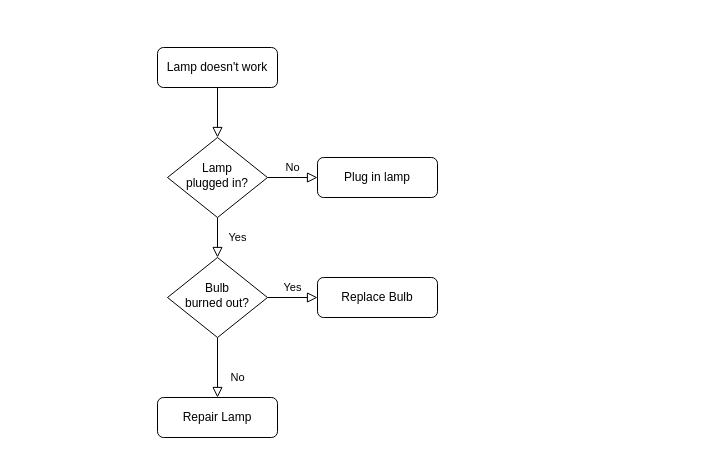
This is Untitled Diagram.drawio from rodhfr/Anacula, a draw.io file, before an edit. Source tidied: cells renumbered, new cells numbered last; positions are measured from the earlier drawing's top-left corner, leaving out a move shared by most shapes. Both pictures are drawn from the tidied source at 100%, with x=0, y=0 at pixel (157, 47).
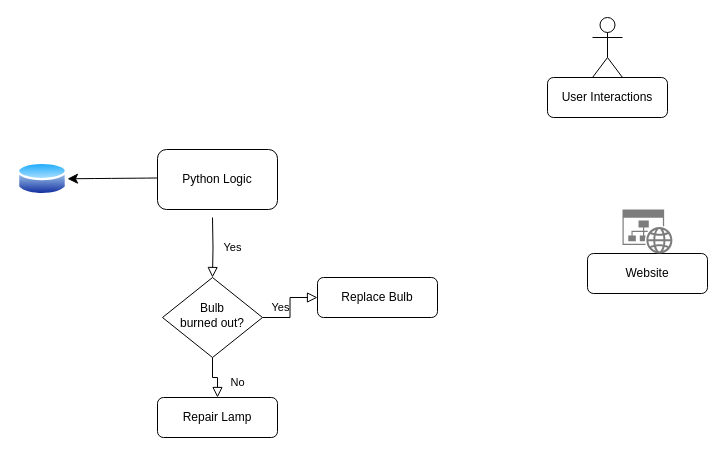
After the change.

Change to the diagram source:
```diff
@@
 <mxGraphModel>
   <root>
     <mxCell id="0" />
     <mxCell id="1" parent="0" />
-    <mxCell id="2" style="rounded=0;html=1;jettySize=auto;fontSize=11;endArrow=block;endFill=0;endSize=8;strokeWidth=1;shadow=0;labelBackgroundColor=none;edgeStyle=orthogonalEdgeStyle;" parent="1" edge="1" source="3" target="6">
-      <mxGeometry relative="1" as="geometry" />
-    </mxCell>
-    <mxCell id="3" value="Lamp doesn't work" style="rounded=1;whiteSpace=wrap;html=1;fontSize=12;glass=0;strokeWidth=1;shadow=0;" parent="1" vertex="1">
-      <mxGeometry width="120" height="40" as="geometry" />
-    </mxCell>
-    <mxCell id="4" value="Yes" style="rounded=0;html=1;jettySize=auto;fontSize=11;endArrow=block;endFill=0;endSize=8;strokeWidth=1;shadow=0;labelBackgroundColor=none;edgeStyle=orthogonalEdgeStyle;" parent="1" edge="1" source="6" target="10">
-      <mxGeometry y="20" relative="1" as="geometry" />
+    <mxCell id="4" value="Yes" style="rounded=0;html=1;jettySize=auto;fontSize=11;endArrow=block;endFill=0;endSize=8;strokeWidth=1;shadow=0;labelBackgroundColor=none;edgeStyle=orthogonalEdgeStyle;" parent="1" edge="1" target="10">
+      <mxGeometry y="20" relative="1" as="geometry">
+        <mxPoint x="55" y="170" as="sourcePoint" />
+      </mxGeometry>
     </mxCell>
-    <mxCell id="5" value="No" style="edgeStyle=orthogonalEdgeStyle;rounded=0;html=1;jettySize=auto;fontSize=11;endArrow=block;endFill=0;endSize=8;strokeWidth=1;shadow=0;labelBackgroundColor=none;" parent="1" edge="1" source="6" target="7">
-      <mxGeometry y="10" relative="1" as="geometry" />
-    </mxCell>
-    <mxCell id="6" value="Lamp&lt;br&gt;plugged in?" style="rhombus;whiteSpace=wrap;html=1;shadow=0;fontFamily=Helvetica;fontSize=12;align=center;strokeWidth=1;spacing=6;spacingTop=-4;" parent="1" vertex="1">
-      <mxGeometry x="10" y="90" width="100" height="80" as="geometry" />
-    </mxCell>
-    <mxCell id="7" value="Plug in lamp" style="rounded=1;whiteSpace=wrap;html=1;fontSize=12;glass=0;strokeWidth=1;shadow=0;" parent="1" vertex="1">
-      <mxGeometry x="160" y="110" width="120" height="40" as="geometry" />
-    </mxCell>
+    <mxCell id="13" style="edgeStyle=none;curved=1;rounded=0;jettySize=auto;html=1;fontSize=12;startSize=8;endSize=8;" parent="1" edge="1" target="14">
+      <mxGeometry relative="1" as="geometry">
+        <mxPoint x="0.7" y="130.5" as="sourcePoint" />
+      </mxGeometry>
+    </mxCell>
     <mxCell id="8" value="No" style="rounded=0;html=1;jettySize=auto;fontSize=11;endArrow=block;endFill=0;endSize=8;strokeWidth=1;shadow=0;labelBackgroundColor=none;edgeStyle=orthogonalEdgeStyle;" parent="1" edge="1" source="10" target="11">
       <mxGeometry x="0.33" y="20" relative="1" as="geometry" />
     </mxCell>
     <mxCell id="9" value="Yes" style="edgeStyle=orthogonalEdgeStyle;rounded=0;html=1;jettySize=auto;fontSize=11;endArrow=block;endFill=0;endSize=8;strokeWidth=1;shadow=0;labelBackgroundColor=none;" parent="1" edge="1" source="10" target="12">
       <mxGeometry y="10" relative="1" as="geometry" />
     </mxCell>
     <mxCell id="10" value="Bulb&lt;br&gt;burned out?" style="rhombus;whiteSpace=wrap;html=1;shadow=0;fontFamily=Helvetica;fontSize=12;align=center;strokeWidth=1;spacing=6;spacingTop=-4;" parent="1" vertex="1">
-      <mxGeometry x="10" y="210" width="100" height="80" as="geometry" />
+      <mxGeometry x="5" y="230" width="100" height="80" as="geometry" />
     </mxCell>
     <mxCell id="11" value="Repair Lamp" style="rounded=1;whiteSpace=wrap;html=1;fontSize=12;glass=0;strokeWidth=1;shadow=0;" parent="1" vertex="1">
       <mxGeometry y="350" width="120" height="40" as="geometry" />
     </mxCell>
     <mxCell id="12" value="Replace Bulb" style="rounded=1;whiteSpace=wrap;html=1;fontSize=12;glass=0;strokeWidth=1;shadow=0;" parent="1" vertex="1">
       <mxGeometry x="160" y="230" width="120" height="40" as="geometry" />
     </mxCell>
+    <mxCell id="14" style="image;perimeter=ellipsePerimeter;html=1;align=center;shadow=0;dashed=0;spacingTop=3;image=img/lib/active_directory/database.svg;" parent="1" vertex="1">
+      <mxGeometry x="-140" y="113" width="50" height="37" as="geometry" />
+    </mxCell>
+    <mxCell id="15" value="Python Logic" style="rounded=1;whiteSpace=wrap;html=1;" parent="1" vertex="1">
+      <mxGeometry y="102" width="120" height="60" as="geometry" />
+    </mxCell>
+    <mxCell id="16" style="group;" parent="1" vertex="1">
+      <mxGeometry x="390" y="-30" width="120" height="100" as="geometry" />
+    </mxCell>
+    <mxCell id="3" value="User Interactions" style="rounded=1;whiteSpace=wrap;html=1;fontSize=12;glass=0;strokeWidth=1;shadow=0;" parent="16" vertex="1">
+      <mxGeometry y="60" width="120" height="40" as="geometry" />
+    </mxCell>
+    <mxCell id="17" style="shape=umlActor;verticalLabelPosition=bottom;verticalAlign=top;html=1;" parent="16" vertex="1">
+      <mxGeometry x="45" width="30" height="60" as="geometry" />
+    </mxCell>
+    <mxCell id="18" style="group;" parent="1" vertex="1">
+      <mxGeometry x="430" y="162" width="120" height="84" as="geometry" />
+    </mxCell>
+    <mxCell id="7" value="Website" style="rounded=1;whiteSpace=wrap;html=1;fontSize=12;glass=0;strokeWidth=1;shadow=0;" parent="18" vertex="1">
+      <mxGeometry y="44" width="120" height="40" as="geometry" />
+    </mxCell>
+    <mxCell id="19" style="sketch=0;shadow=0;dashed=0;html=1;strokeColor=none;labelPosition=center;verticalLabelPosition=bottom;verticalAlign=top;align=center;shape=mxgraph.mscae.enterprise.website_generic;fillColor=#7D7D7D;" parent="18" vertex="1">
+      <mxGeometry x="35" width="50" height="44" as="geometry" />
+    </mxCell>
   </root>
 </mxGraphModel>
```
